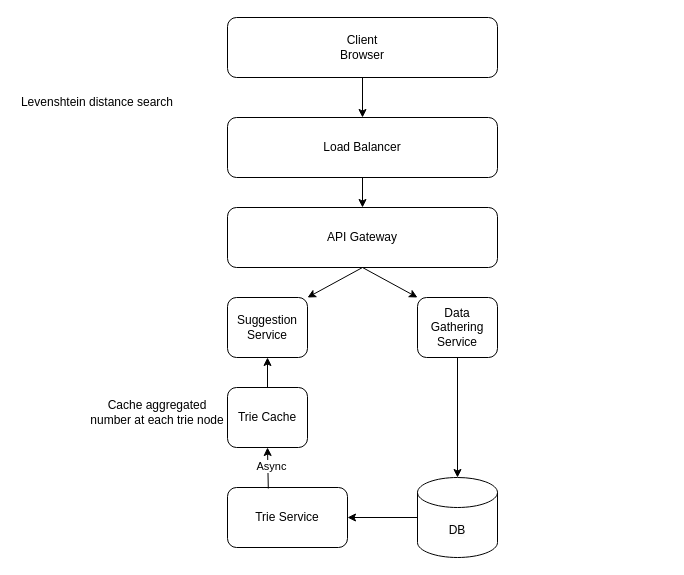
This is 11_SearchAutoComplete.drawio from xwq172677170/SysdDiagram, a draw.io file, before an edit. Source tidied: cells renumbered, new cells numbered last; positions are measured from the earlier drawing's top-left corner, leaving out a move shared by most shapes. Both pictures are drawn from the tidied source at 100%, with x=0, y=0 at pixel (17, 17).
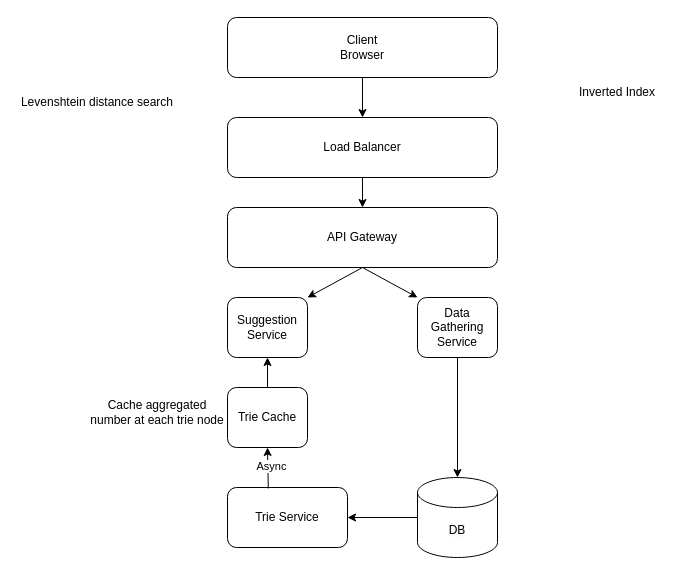
After the change.

Change to the diagram source:
```diff
@@
+    <mxCell id="21" value="Inverted Index" style="text;html=1;align=center;verticalAlign=middle;whiteSpace=wrap;rounded=0;" parent="1" vertex="1">
+      <mxGeometry x="550" y="60" width="100" height="30" as="geometry" />
+    </mxCell>
```
